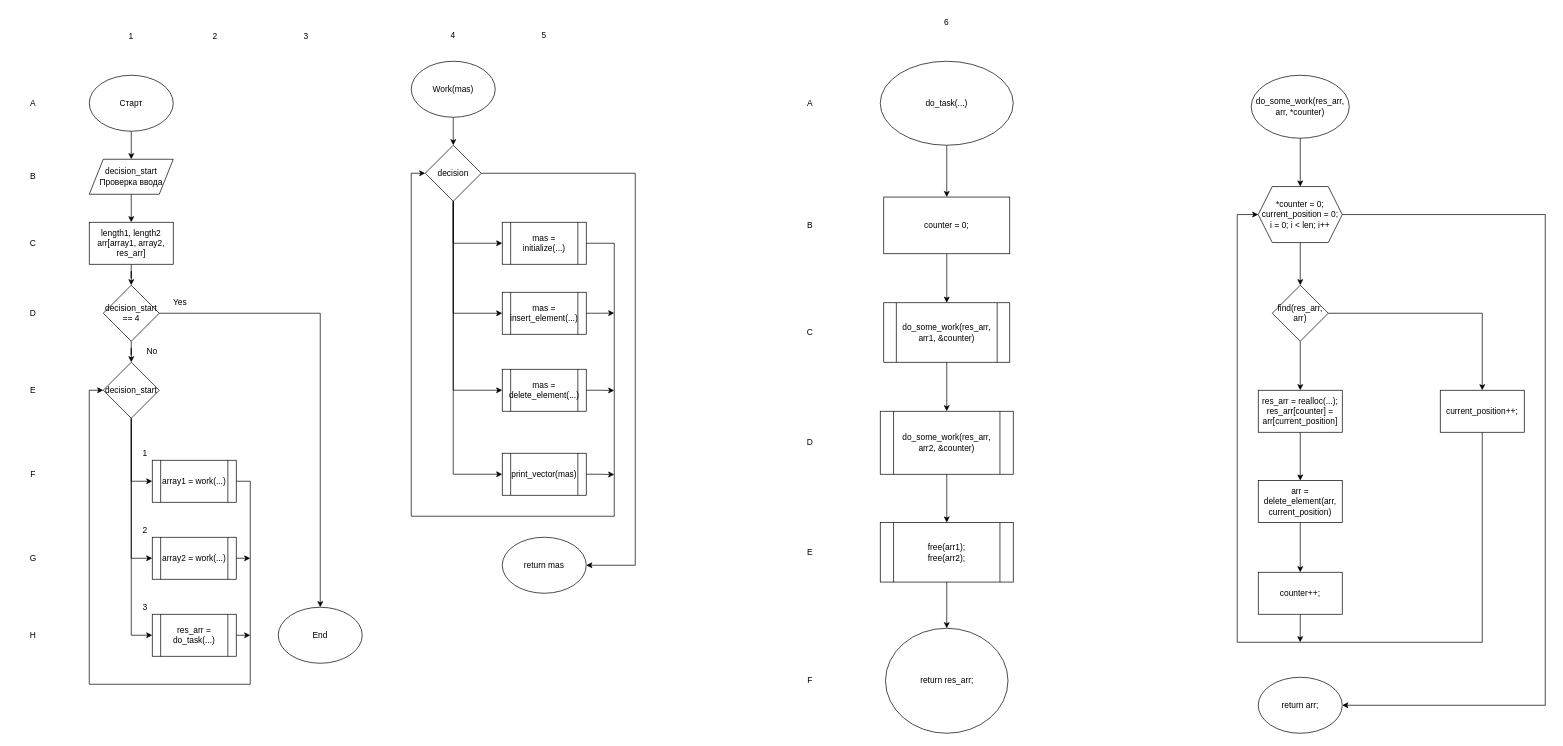
This is labs/lab3/lab3.drawio from Glebins/mephi_labs, a draw.io file, before an edit. Source tidied: cells renumbered, new cells numbered last; positions are measured from the earlier drawing's top-left corner, leaving out a move shared by most shapes. Both pictures are drawn from the tidied source at 70%, with x=0, y=0 at pixel (12, 12).
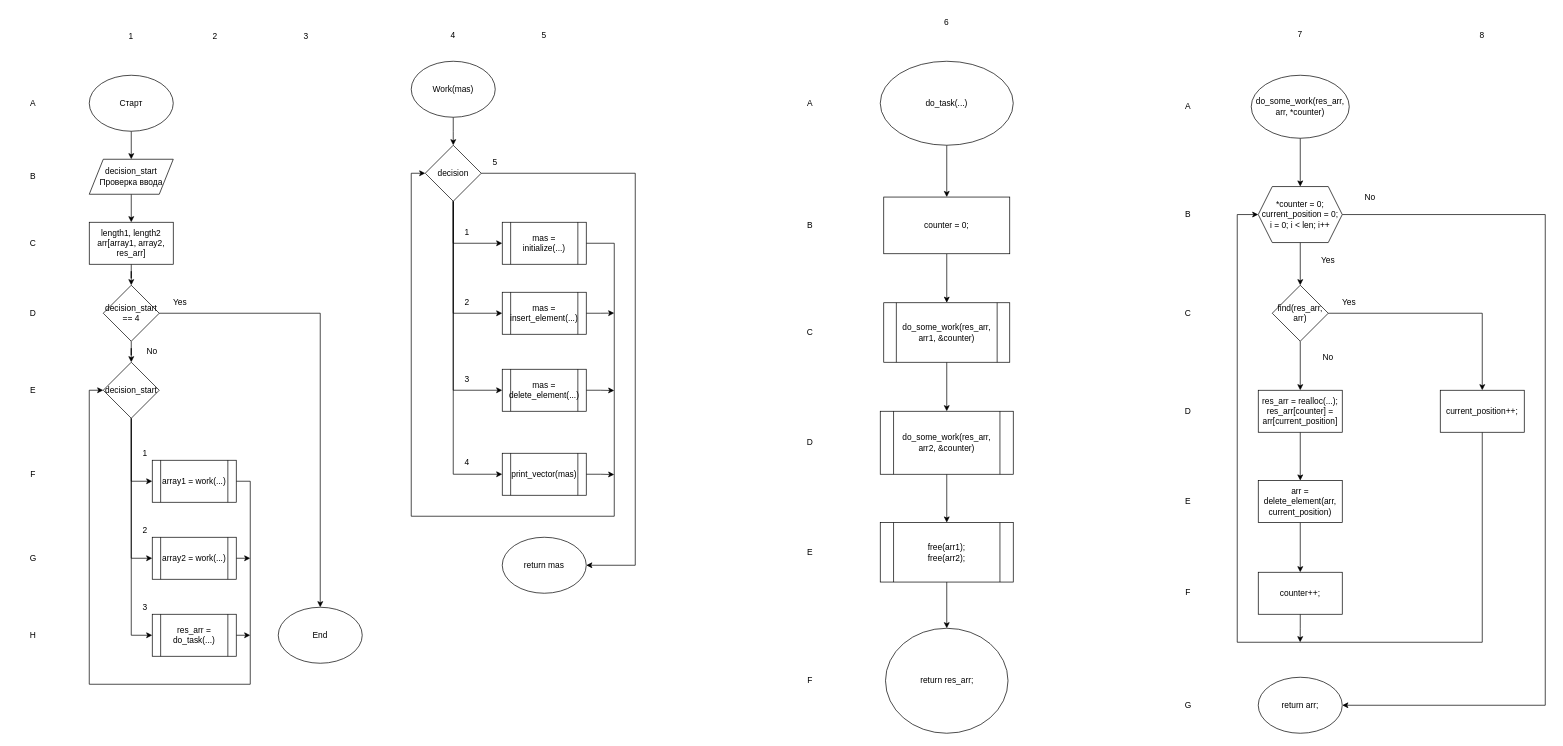
After the change.

The edit, as a diff of the source:
```diff
@@
+    <mxCell id="92" value="A" style="text;html=1;strokeColor=none;fillColor=none;align=center;verticalAlign=middle;whiteSpace=wrap;rounded=0;" parent="1" vertex="1">
+      <mxGeometry x="1650" y="120" width="60" height="30" as="geometry" />
+    </mxCell>
+    <mxCell id="93" value="B" style="text;html=1;strokeColor=none;fillColor=none;align=center;verticalAlign=middle;whiteSpace=wrap;rounded=0;" parent="1" vertex="1">
+      <mxGeometry x="1650" y="274" width="60" height="30" as="geometry" />
+    </mxCell>
+    <mxCell id="94" value="C" style="text;html=1;strokeColor=none;fillColor=none;align=center;verticalAlign=middle;whiteSpace=wrap;rounded=0;" parent="1" vertex="1">
+      <mxGeometry x="1650" y="415" width="60" height="30" as="geometry" />
+    </mxCell>
+    <mxCell id="95" value="D" style="text;html=1;strokeColor=none;fillColor=none;align=center;verticalAlign=middle;whiteSpace=wrap;rounded=0;" parent="1" vertex="1">
+      <mxGeometry x="1650" y="555" width="60" height="30" as="geometry" />
+    </mxCell>
+    <mxCell id="96" value="E" style="text;html=1;strokeColor=none;fillColor=none;align=center;verticalAlign=middle;whiteSpace=wrap;rounded=0;" parent="1" vertex="1">
+      <mxGeometry x="1650" y="684" width="60" height="30" as="geometry" />
+    </mxCell>
+    <mxCell id="97" value="F" style="text;html=1;strokeColor=none;fillColor=none;align=center;verticalAlign=middle;whiteSpace=wrap;rounded=0;" parent="1" vertex="1">
+      <mxGeometry x="1650" y="814" width="60" height="30" as="geometry" />
+    </mxCell>
+    <mxCell id="98" value="G" style="text;html=1;strokeColor=none;fillColor=none;align=center;verticalAlign=middle;whiteSpace=wrap;rounded=0;" parent="1" vertex="1">
+      <mxGeometry x="1650" y="975" width="60" height="30" as="geometry" />
+    </mxCell>
+    <mxCell id="99" value="7" style="text;html=1;strokeColor=none;fillColor=none;align=center;verticalAlign=middle;whiteSpace=wrap;rounded=0;" parent="1" vertex="1">
+      <mxGeometry x="1810" y="17" width="60" height="30" as="geometry" />
+    </mxCell>
+    <mxCell id="100" value="8" style="text;html=1;strokeColor=none;fillColor=none;align=center;verticalAlign=middle;whiteSpace=wrap;rounded=0;" parent="1" vertex="1">
+      <mxGeometry x="2070" y="18" width="60" height="30" as="geometry" />
+    </mxCell>
+    <mxCell id="101" value="5" style="text;html=1;strokeColor=none;fillColor=none;align=center;verticalAlign=middle;whiteSpace=wrap;rounded=0;" parent="1" vertex="1">
+      <mxGeometry x="670" y="200" width="40" height="30" as="geometry" />
+    </mxCell>
+    <mxCell id="102" value="1" style="text;html=1;strokeColor=none;fillColor=none;align=center;verticalAlign=middle;whiteSpace=wrap;rounded=0;" parent="1" vertex="1">
+      <mxGeometry x="630" y="300" width="40" height="30" as="geometry" />
+    </mxCell>
+    <mxCell id="103" value="2" style="text;html=1;strokeColor=none;fillColor=none;align=center;verticalAlign=middle;whiteSpace=wrap;rounded=0;" parent="1" vertex="1">
+      <mxGeometry x="630" y="400" width="40" height="30" as="geometry" />
+    </mxCell>
+    <mxCell id="104" value="3" style="text;html=1;strokeColor=none;fillColor=none;align=center;verticalAlign=middle;whiteSpace=wrap;rounded=0;" parent="1" vertex="1">
+      <mxGeometry x="630" y="510" width="40" height="30" as="geometry" />
+    </mxCell>
+    <mxCell id="105" value="4" style="text;html=1;strokeColor=none;fillColor=none;align=center;verticalAlign=middle;whiteSpace=wrap;rounded=0;" parent="1" vertex="1">
+      <mxGeometry x="630" y="629" width="40" height="30" as="geometry" />
+    </mxCell>
+    <mxCell id="106" value="Yes" style="text;html=1;strokeColor=none;fillColor=none;align=center;verticalAlign=middle;whiteSpace=wrap;rounded=0;" parent="1" vertex="1">
+      <mxGeometry x="1850" y="340" width="60" height="30" as="geometry" />
+    </mxCell>
+    <mxCell id="107" value="No" style="text;html=1;strokeColor=none;fillColor=none;align=center;verticalAlign=middle;whiteSpace=wrap;rounded=0;" parent="1" vertex="1">
+      <mxGeometry x="1910" y="249" width="60" height="30" as="geometry" />
+    </mxCell>
+    <mxCell id="108" value="Yes" style="text;html=1;strokeColor=none;fillColor=none;align=center;verticalAlign=middle;whiteSpace=wrap;rounded=0;" parent="1" vertex="1">
+      <mxGeometry x="1880" y="400" width="60" height="30" as="geometry" />
+    </mxCell>
+    <mxCell id="109" value="No" style="text;html=1;strokeColor=none;fillColor=none;align=center;verticalAlign=middle;whiteSpace=wrap;rounded=0;" parent="1" vertex="1">
+      <mxGeometry x="1850" y="479" width="60" height="30" as="geometry" />
+    </mxCell>
```
